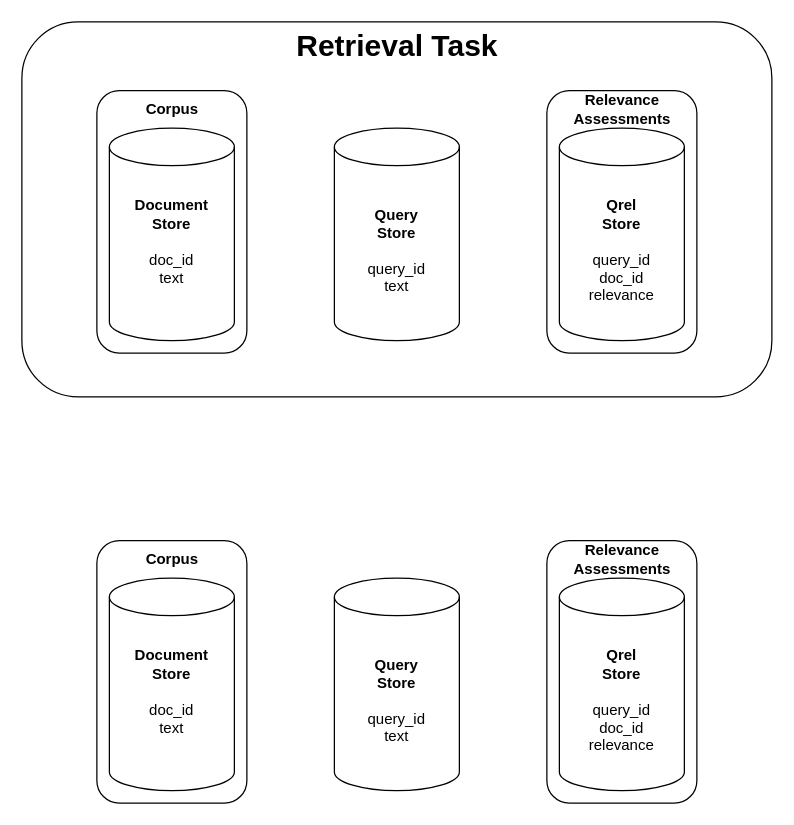
Above: page "datasets" (3 of 7) of thesis/graphics/drawio/stages.drawio in Integer-Ctrl/thesis-fhofer (draw.io), before the change. Source tidied: cells renumbered, new cells numbered last; positions are measured from the earlier drawing's top-left corner, leaving out a move shared by most shapes. Both pictures are drawn from the tidied source at 125%, with x=0, y=0 at pixel (21, 21).
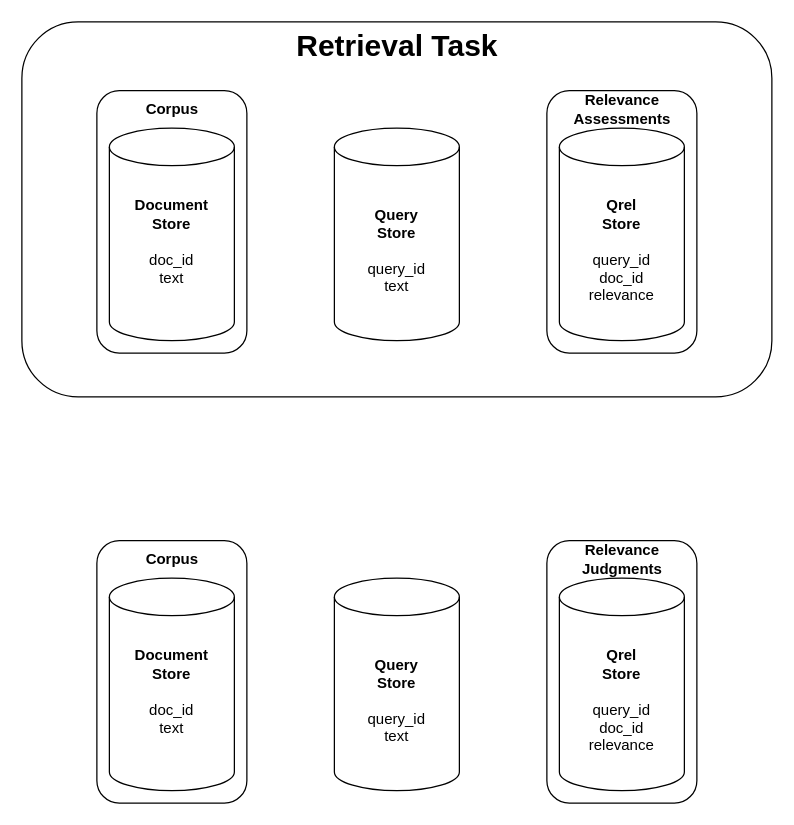
Above is the later version.

Diff of the diagram source:
```diff
@@
 <mxGraphModel>
   <root>
     <mxCell id="0" />
     <mxCell id="1" parent="0" />
     <mxCell id="2" style="rounded=1;whiteSpace=wrap;html=1;" parent="1" vertex="1">
       <mxGeometry width="600" height="300" as="geometry" />
     </mxCell>
     <mxCell id="3" style="rounded=1;whiteSpace=wrap;html=1;" parent="1" vertex="1">
       <mxGeometry x="420" y="55" width="120" height="210" as="geometry" />
     </mxCell>
     <mxCell id="4" value="Relevance&lt;div&gt;Assessments&lt;/div&gt;" style="text;html=1;align=center;verticalAlign=middle;strokeColor=none;fillColor=none;fontStyle=1;" parent="1" vertex="1">
       <mxGeometry x="435" y="50" width="90" height="40" as="geometry" />
     </mxCell>
     <mxCell id="5" style="rounded=1;whiteSpace=wrap;html=1;" parent="1" vertex="1">
       <mxGeometry x="60" y="55" width="120" height="210" as="geometry" />
     </mxCell>
     <mxCell id="6" value="&lt;b&gt;Document&lt;/b&gt;&lt;div&gt;&lt;b&gt;Store&lt;/b&gt;&lt;/div&gt;&lt;div&gt;&lt;b&gt;&lt;br&gt;&lt;/b&gt;&lt;/div&gt;&lt;div&gt;doc_id&lt;/div&gt;&lt;div&gt;text&lt;/div&gt;&lt;div&gt;&lt;b&gt;&lt;br&gt;&lt;/b&gt;&lt;/div&gt;" style="shape=cylinder3;whiteSpace=wrap;html=1;boundedLbl=1;backgroundOutline=1;size=15;" parent="1" vertex="1">
       <mxGeometry x="70" y="85" width="100" height="170" as="geometry" />
     </mxCell>
     <mxCell id="7" value="&lt;b&gt;Query&lt;/b&gt;&lt;div&gt;&lt;b&gt;Store&lt;/b&gt;&lt;/div&gt;&lt;div&gt;&lt;b&gt;&lt;br&gt;&lt;/b&gt;&lt;/div&gt;&lt;div&gt;query_id&lt;/div&gt;&lt;div&gt;text&lt;/div&gt;" style="shape=cylinder3;whiteSpace=wrap;html=1;boundedLbl=1;backgroundOutline=1;size=15;" parent="1" vertex="1">
       <mxGeometry x="250" y="85" width="100" height="170" as="geometry" />
     </mxCell>
     <mxCell id="8" value="&lt;b&gt;Qrel&lt;/b&gt;&lt;div&gt;&lt;b&gt;Store&lt;/b&gt;&lt;/div&gt;&lt;div&gt;&lt;b&gt;&lt;br&gt;&lt;/b&gt;&lt;/div&gt;&lt;div&gt;query_id&lt;/div&gt;&lt;div&gt;doc_id&lt;/div&gt;&lt;div&gt;relevance&lt;/div&gt;" style="shape=cylinder3;whiteSpace=wrap;html=1;boundedLbl=1;backgroundOutline=1;size=15;" parent="1" vertex="1">
       <mxGeometry x="430" y="85" width="100" height="170" as="geometry" />
     </mxCell>
     <mxCell id="9" value="Corpus" style="text;html=1;align=center;verticalAlign=middle;strokeColor=none;fillColor=none;fontStyle=1;" parent="1" vertex="1">
       <mxGeometry x="90" y="55" width="60" height="30" as="geometry" />
     </mxCell>
     <mxCell id="10" value="&lt;b&gt;&lt;font style=&quot;font-size: 24px;&quot;&gt;Retrieval Task&lt;/font&gt;&lt;/b&gt;" style="text;html=1;align=center;verticalAlign=middle;strokeColor=none;fillColor=none;" parent="1" vertex="1">
       <mxGeometry x="210" width="180" height="40" as="geometry" />
     </mxCell>
     <mxCell id="11" style="rounded=1;whiteSpace=wrap;html=1;" parent="1" vertex="1">
       <mxGeometry x="420" y="415" width="120" height="210" as="geometry" />
     </mxCell>
-    <mxCell id="12" value="Relevance&lt;div&gt;Assessments&lt;/div&gt;" style="text;html=1;align=center;verticalAlign=middle;strokeColor=none;fillColor=none;fontStyle=1;" parent="1" vertex="1">
-      <mxGeometry x="435" y="410" width="90" height="40" as="geometry" />
+    <mxCell id="12" value="Relevance&lt;div&gt;Judgments&lt;/div&gt;" style="text;html=1;align=center;verticalAlign=middle;strokeColor=none;fillColor=none;fontStyle=1;" parent="1" vertex="1">
+      <mxGeometry x="440" y="410" width="80" height="40" as="geometry" />
     </mxCell>
     <mxCell id="13" style="rounded=1;whiteSpace=wrap;html=1;" parent="1" vertex="1">
       <mxGeometry x="60" y="415" width="120" height="210" as="geometry" />
     </mxCell>
     <mxCell id="14" value="&lt;b&gt;Document&lt;/b&gt;&lt;div&gt;&lt;b&gt;Store&lt;/b&gt;&lt;/div&gt;&lt;div&gt;&lt;b&gt;&lt;br&gt;&lt;/b&gt;&lt;/div&gt;&lt;div&gt;doc_id&lt;/div&gt;&lt;div&gt;text&lt;/div&gt;&lt;div&gt;&lt;b&gt;&lt;br&gt;&lt;/b&gt;&lt;/div&gt;" style="shape=cylinder3;whiteSpace=wrap;html=1;boundedLbl=1;backgroundOutline=1;size=15;" parent="1" vertex="1">
       <mxGeometry x="70" y="445" width="100" height="170" as="geometry" />
     </mxCell>
     <mxCell id="15" value="&lt;b&gt;Query&lt;/b&gt;&lt;div&gt;&lt;b&gt;Store&lt;/b&gt;&lt;/div&gt;&lt;div&gt;&lt;b&gt;&lt;br&gt;&lt;/b&gt;&lt;/div&gt;&lt;div&gt;query_id&lt;/div&gt;&lt;div&gt;text&lt;/div&gt;" style="shape=cylinder3;whiteSpace=wrap;html=1;boundedLbl=1;backgroundOutline=1;size=15;" parent="1" vertex="1">
       <mxGeometry x="250" y="445" width="100" height="170" as="geometry" />
     </mxCell>
     <mxCell id="16" value="&lt;b&gt;Qrel&lt;/b&gt;&lt;div&gt;&lt;b&gt;Store&lt;/b&gt;&lt;/div&gt;&lt;div&gt;&lt;b&gt;&lt;br&gt;&lt;/b&gt;&lt;/div&gt;&lt;div&gt;query_id&lt;/div&gt;&lt;div&gt;doc_id&lt;/div&gt;&lt;div&gt;relevance&lt;/div&gt;" style="shape=cylinder3;whiteSpace=wrap;html=1;boundedLbl=1;backgroundOutline=1;size=15;" parent="1" vertex="1">
       <mxGeometry x="430" y="445" width="100" height="170" as="geometry" />
     </mxCell>
     <mxCell id="17" value="Corpus" style="text;html=1;align=center;verticalAlign=middle;strokeColor=none;fillColor=none;fontStyle=1;" parent="1" vertex="1">
       <mxGeometry x="90" y="415" width="60" height="30" as="geometry" />
     </mxCell>
   </root>
 </mxGraphModel>
```
